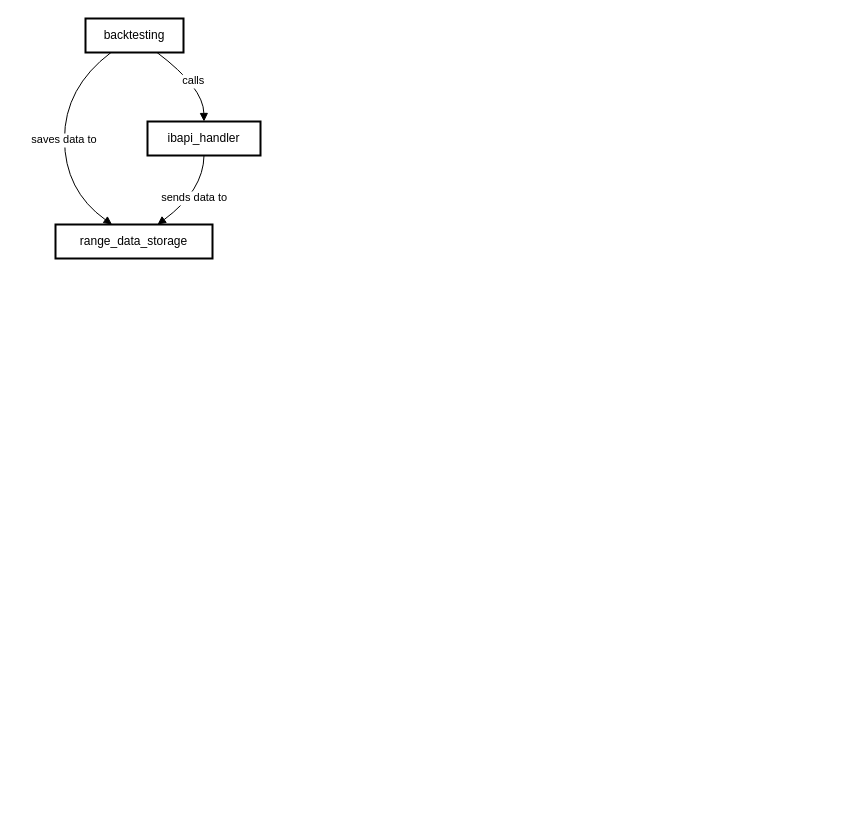
Earlier version of the draw.io diagram Untitled Diagram.drawio (EatonWu/free-quant). Source tidied: cells renumbered, new cells numbered last; positions are measured from the earlier drawing's top-left corner, leaving out a move shared by most shapes. Both pictures are drawn from the tidied source at 100%, with x=0, y=0 at pixel (55, 18).
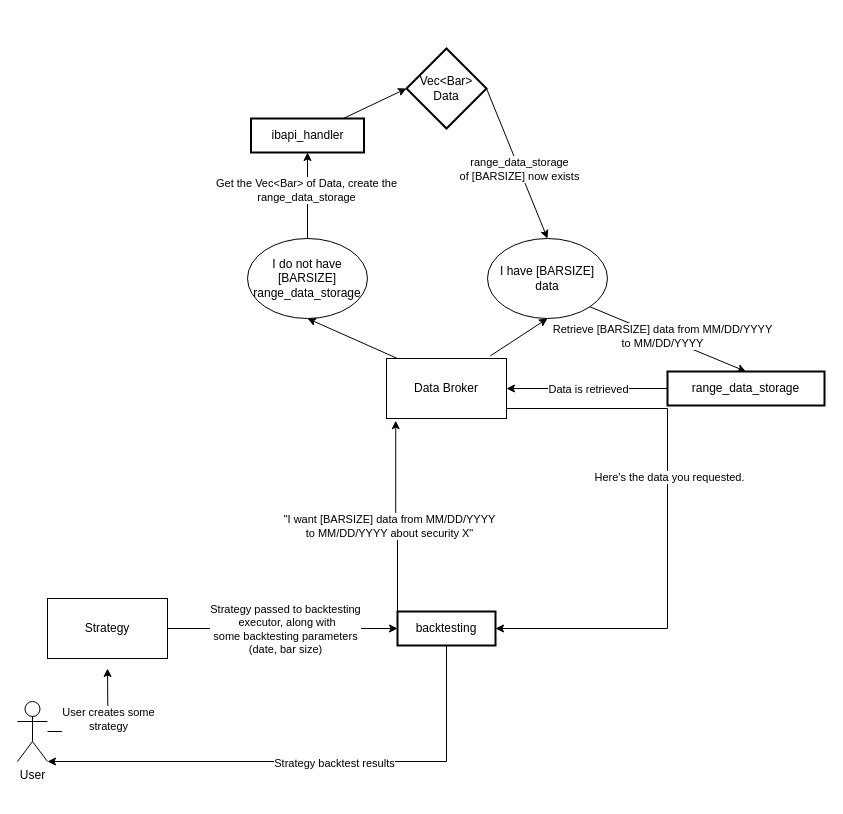
Above is the later version.

What changed in the source:
```diff
@@
+    <mxCell id="8" style="edgeStyle=orthogonalEdgeStyle;rounded=0;jettySize=auto;html=1;exitX=0.5;exitY=0;exitDx=0;exitDy=0;" parent="1" edge="1" source="2">
+      <mxGeometry relative="1" as="geometry">
+        <mxPoint x="391.3" y="593.3" as="targetPoint" />
+      </mxGeometry>
+    </mxCell>
+    <mxCell id="9" style="edgeStyle=orthogonalEdgeStyle;rounded=0;jettySize=auto;html=1;entryX=1;entryY=1;entryDx=0;entryDy=0;entryPerimeter=0;" parent="1" edge="1" source="2" target="21">
+      <mxGeometry relative="1" as="geometry">
+        <Array as="points">
+          <mxPoint x="391" y="743" />
+        </Array>
+      </mxGeometry>
+    </mxCell>
+    <mxCell id="10" value="&lt;div&gt;Strategy backtest results&lt;/div&gt;" style="edgeLabel;html=1;align=center;verticalAlign=middle;" parent="9" vertex="1">
+      <mxGeometry x="-0.11" y="1" relative="1" as="geometry" />
+    </mxCell>
     <mxCell id="2" value="backtesting" style="whiteSpace=wrap;strokeWidth=2;" parent="1" vertex="1">
-      <mxGeometry x="30" width="98" height="34" as="geometry" />
+      <mxGeometry x="342" y="593" width="98" height="34" as="geometry" />
     </mxCell>
+    <mxCell id="11" style="rounded=0;jettySize=auto;html=1;entryX=0;entryY=0.5;entryDx=0;entryDy=0;" parent="1" edge="1" source="3" target="35">
+      <mxGeometry relative="1" as="geometry" />
+    </mxCell>
     <mxCell id="3" value="ibapi_handler" style="whiteSpace=wrap;strokeWidth=2;" parent="1" vertex="1">
-      <mxGeometry x="92" y="103" width="113" height="34" as="geometry" />
+      <mxGeometry x="195.5" y="100" width="113" height="34" as="geometry" />
     </mxCell>
+    <mxCell id="12" style="edgeStyle=orthogonalEdgeStyle;rounded=0;jettySize=auto;html=1;entryX=0;entryY=0;entryDx=0;entryDy=0;startArrow=classic;startFill=1;endArrow=none;endFill=0;exitX=0.077;exitY=1.037;exitDx=0;exitDy=0;exitPerimeter=0;" parent="1" edge="1" source="24" target="2">
+      <mxGeometry relative="1" as="geometry" />
+    </mxCell>
+    <mxCell id="13" value="&lt;div&gt;&quot;I want [BARSIZE] data from MM/DD/YYYY&lt;/div&gt;&lt;div&gt;to MM/DD/YYYY about security X&quot;&lt;br&gt;&lt;/div&gt;" style="edgeLabel;html=1;align=center;verticalAlign=middle;" parent="12" vertex="1">
+      <mxGeometry x="0.13" y="1" relative="1" as="geometry">
+        <mxPoint x="-10" y="-2" as="offset" />
+      </mxGeometry>
+    </mxCell>
+    <mxCell id="14" style="edgeStyle=orthogonalEdgeStyle;rounded=0;jettySize=auto;html=1;entryX=1;entryY=0.5;entryDx=0;entryDy=0;" parent="1" edge="1" source="4" target="24">
+      <mxGeometry relative="1" as="geometry" />
+    </mxCell>
+    <mxCell id="15" value="Data is retrieved" style="edgeLabel;html=1;align=center;verticalAlign=middle;" parent="14" vertex="1">
+      <mxGeometry x="0.32" y="-1" relative="1" as="geometry">
+        <mxPoint x="26" y="1" as="offset" />
+      </mxGeometry>
+    </mxCell>
     <mxCell id="4" value="range_data_storage" style="whiteSpace=wrap;strokeWidth=2;" parent="1" vertex="1">
-      <mxGeometry y="206" width="157" height="34" as="geometry" />
+      <mxGeometry x="612" y="353" width="157" height="34" as="geometry" />
     </mxCell>
-    <mxCell id="5" value="calls" style="curved=1;startArrow=none;endArrow=block;exitX=0.73;exitY=1;entryX=0.5;entryY=0;" parent="1" edge="1" source="2" target="3">
-      <mxGeometry relative="1" as="geometry">
-        <Array as="points">
-          <mxPoint x="148" y="69" />
-        </Array>
-      </mxGeometry>
-    </mxCell>
-    <mxCell id="6" value="saves data to" style="curved=1;startArrow=none;endArrow=block;exitX=0.26;exitY=1;entryX=0.36;entryY=0;" parent="1" edge="1" source="2" target="4">
-      <mxGeometry relative="1" as="geometry">
-        <Array as="points">
-          <mxPoint x="9" y="69" />
-          <mxPoint x="9" y="172" />
-        </Array>
-      </mxGeometry>
-    </mxCell>
-    <mxCell id="7" value="sends data to" style="curved=1;startArrow=none;endArrow=block;exitX=0.5;exitY=1;entryX=0.65;entryY=0;" parent="1" edge="1" source="3" target="4">
-      <mxGeometry relative="1" as="geometry">
-        <Array as="points">
-          <mxPoint x="148" y="172" />
-        </Array>
-      </mxGeometry>
-    </mxCell>
+    <mxCell id="16" style="edgeStyle=orthogonalEdgeStyle;rounded=0;jettySize=auto;html=1;entryX=0;entryY=0.5;entryDx=0;entryDy=0;" parent="1" edge="1" source="18" target="2">
+      <mxGeometry relative="1" as="geometry" />
+    </mxCell>
+    <mxCell id="17" value="&lt;div&gt;Strategy passed to backtesting&lt;/div&gt;&lt;div&gt;&amp;nbsp;executor, along with&lt;/div&gt;&lt;div&gt;some backtesting parameters&lt;/div&gt;&lt;div&gt;(date, bar size)&lt;br&gt;&lt;/div&gt;" style="edgeLabel;html=1;align=center;verticalAlign=middle;" parent="16" vertex="1">
+      <mxGeometry x="0.08" y="1" relative="1" as="geometry">
+        <mxPoint x="-7" y="1" as="offset" />
+      </mxGeometry>
+    </mxCell>
+    <mxCell id="18" value="&lt;div&gt;Strategy&lt;/div&gt;" style="rounded=0;whiteSpace=wrap;html=1;" parent="1" vertex="1">
+      <mxGeometry x="-8" y="580" width="120" height="60" as="geometry" />
+    </mxCell>
+    <mxCell id="19" style="edgeStyle=orthogonalEdgeStyle;rounded=0;jettySize=auto;html=1;" parent="1" edge="1" source="21">
+      <mxGeometry relative="1" as="geometry">
+        <mxPoint x="52" y="650" as="targetPoint" />
+      </mxGeometry>
+    </mxCell>
+    <mxCell id="20" value="&lt;div&gt;User creates some&lt;/div&gt;&lt;div&gt;strategy&lt;br&gt;&lt;/div&gt;" style="edgeLabel;html=1;align=center;verticalAlign=middle;" parent="19" vertex="1">
+      <mxGeometry x="-0.07" y="-1" relative="1" as="geometry">
+        <mxPoint x="3" y="-14" as="offset" />
+      </mxGeometry>
+    </mxCell>
+    <mxCell id="21" value="&lt;div&gt;User&lt;/div&gt;&lt;div&gt;&lt;br&gt;&lt;/div&gt;" style="shape=umlActor;verticalLabelPosition=bottom;verticalAlign=top;html=1;outlineConnect=0;" parent="1" vertex="1">
+      <mxGeometry x="-38" y="683" width="30" height="60" as="geometry" />
+    </mxCell>
+    <mxCell id="22" style="edgeStyle=orthogonalEdgeStyle;rounded=0;jettySize=auto;html=1;exitX=1;exitY=0.75;exitDx=0;exitDy=0;entryX=1;entryY=0.5;entryDx=0;entryDy=0;" parent="1" edge="1" source="24" target="2">
+      <mxGeometry relative="1" as="geometry">
+        <Array as="points">
+          <mxPoint x="451" y="390" />
+          <mxPoint x="612" y="390" />
+          <mxPoint x="612" y="610" />
+        </Array>
+      </mxGeometry>
+    </mxCell>
+    <mxCell id="23" value="Here's the data you requested." style="edgeLabel;html=1;align=center;verticalAlign=middle;" parent="22" vertex="1">
+      <mxGeometry x="-0.16" y="1" relative="1" as="geometry" />
+    </mxCell>
+    <mxCell id="24" value="&lt;div&gt;Data Broker&lt;/div&gt;" style="rounded=0;whiteSpace=wrap;html=1;" parent="1" vertex="1">
+      <mxGeometry x="331" y="340" width="120" height="60" as="geometry" />
+    </mxCell>
+    <mxCell id="25" style="endArrow=classic;html=1;rounded=0;entryX=0.5;entryY=1;entryDx=0;entryDy=0;" parent="1" edge="1" target="28">
+      <mxGeometry relative="1" as="geometry">
+        <mxPoint x="342" y="340" as="sourcePoint" />
+      </mxGeometry>
+    </mxCell>
+    <mxCell id="26" style="edgeStyle=orthogonalEdgeStyle;rounded=0;jettySize=auto;html=1;entryX=0.5;entryY=1;entryDx=0;entryDy=0;" parent="1" edge="1" source="28" target="3">
+      <mxGeometry relative="1" as="geometry" />
+    </mxCell>
+    <mxCell id="27" value="&lt;div&gt;Get the Vec&amp;lt;Bar&amp;gt; of Data, create the &lt;br&gt;&lt;/div&gt;&lt;div&gt;range_data_storage&lt;/div&gt;" style="edgeLabel;html=1;align=center;verticalAlign=middle;" parent="26" vertex="1">
+      <mxGeometry x="0.13" y="2" relative="1" as="geometry" />
+    </mxCell>
+    <mxCell id="28" value="&lt;div&gt;I do not have [BARSIZE]&lt;/div&gt;&lt;div&gt;range_data_storage&lt;br&gt;&lt;/div&gt;" style="ellipse;whiteSpace=wrap;html=1;" parent="1" vertex="1">
+      <mxGeometry x="192" y="220" width="120" height="80" as="geometry" />
+    </mxCell>
+    <mxCell id="29" style="endArrow=classic;html=1;rounded=0;exitX=0.865;exitY=-0.043;exitDx=0;exitDy=0;exitPerimeter=0;entryX=0.5;entryY=1;entryDx=0;entryDy=0;" parent="1" edge="1" source="24" target="32">
+      <mxGeometry relative="1" as="geometry" />
+    </mxCell>
+    <mxCell id="30" style="rounded=0;jettySize=auto;html=1;exitX=1;exitY=1;exitDx=0;exitDy=0;entryX=0.5;entryY=0;entryDx=0;entryDy=0;strokeColor=default;" parent="1" edge="1" source="32" target="4">
+      <mxGeometry relative="1" as="geometry" />
+    </mxCell>
+    <mxCell id="31" value="&lt;div&gt;Retrieve [BARSIZE] data from MM/DD/YYYY&lt;/div&gt;&lt;div&gt;to MM/DD/YYYY&lt;br&gt;&lt;/div&gt;" style="edgeLabel;html=1;align=center;verticalAlign=middle;" parent="30" vertex="1">
+      <mxGeometry x="-0.08" y="1" relative="1" as="geometry" />
+    </mxCell>
+    <mxCell id="32" value="&lt;div&gt;I have [BARSIZE]&lt;/div&gt;&lt;div&gt;data&lt;br&gt;&lt;/div&gt;" style="ellipse;whiteSpace=wrap;html=1;" parent="1" vertex="1">
+      <mxGeometry x="432" y="220" width="120" height="80" as="geometry" />
+    </mxCell>
+    <mxCell id="33" style="rounded=0;jettySize=auto;html=1;exitX=1;exitY=0.5;exitDx=0;exitDy=0;entryX=0.5;entryY=0;entryDx=0;entryDy=0;" parent="1" edge="1" source="35" target="32">
+      <mxGeometry relative="1" as="geometry" />
+    </mxCell>
+    <mxCell id="34" value="&lt;div&gt;range_data_storage&lt;/div&gt;&lt;div&gt;of [BARSIZE] now exists&lt;/div&gt;" style="edgeLabel;html=1;align=center;verticalAlign=middle;" parent="33" vertex="1">
+      <mxGeometry x="0.08" relative="1" as="geometry" />
+    </mxCell>
+    <mxCell id="35" value="&lt;div&gt;Vec&amp;lt;Bar&amp;gt;&lt;/div&gt;&lt;div&gt;Data&lt;br&gt;&lt;/div&gt;" style="rhombus;whiteSpace=wrap;html=1;strokeWidth=2;" parent="1" vertex="1">
+      <mxGeometry x="351" y="30" width="80" height="80" as="geometry" />
+    </mxCell>
```
